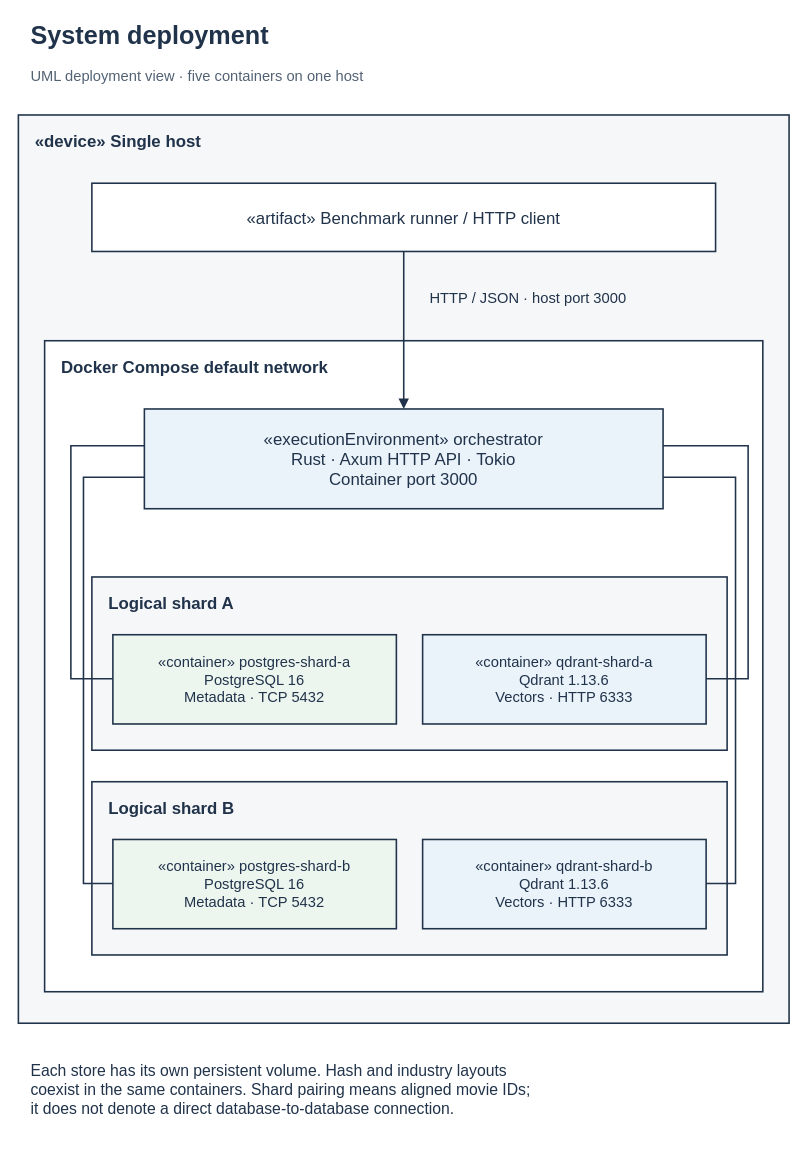
This is page "deployment" (6 of 12) of report/final/diagrams/diagrams.drawio from devangcx/distributed-retrieval, a draw.io file, before an edit. Source tidied: cells renumbered, new cells numbered last; positions are measured from the earlier drawing's top-left corner, leaving out a move shared by most shapes. Both pictures are drawn from the tidied source at 105%, with x=0, y=0 at pixel (18, 18).
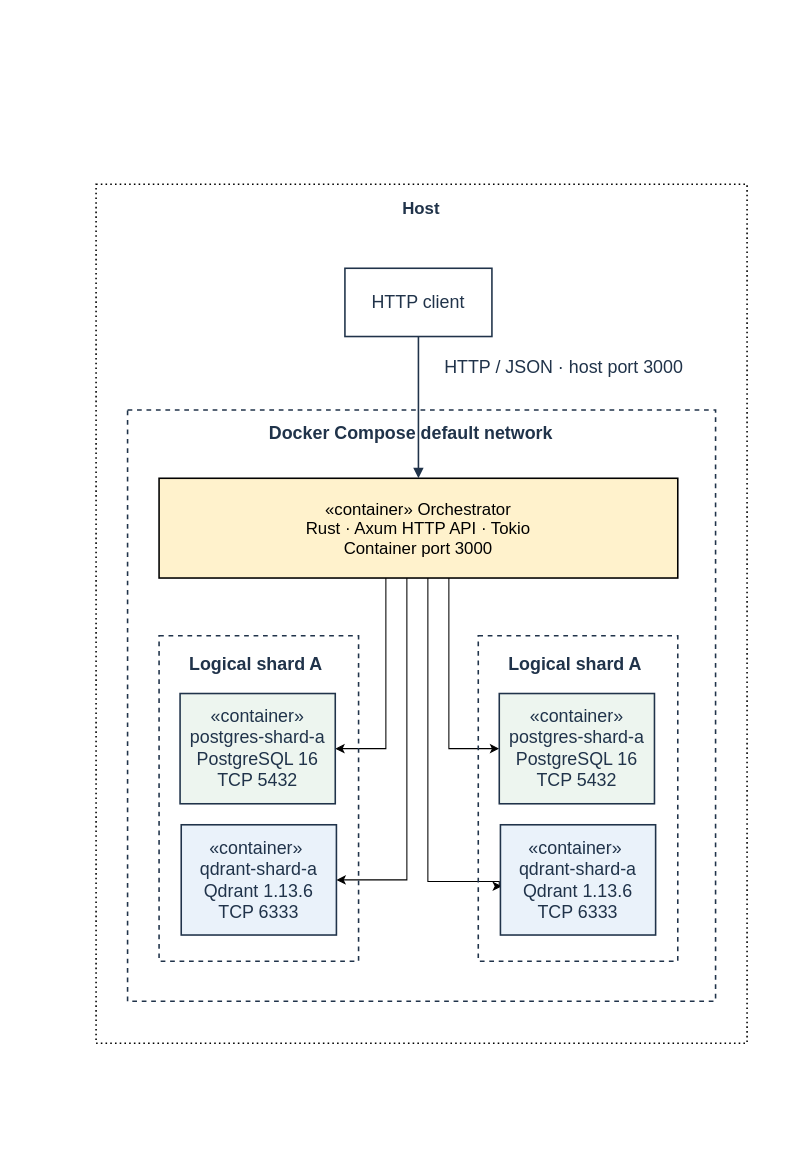
After the change.

What changed in the source:
```diff
@@
-    <mxCell id="2" value="System deployment" style="text;html=0;whiteSpace=wrap;align=left;verticalAlign=middle;fontFamily=Arial;fontSize=24;fontColor=#20334A;fontStyle=1;spacing=12;" parent="1" vertex="1">
-      <mxGeometry width="734" height="34" as="geometry" />
-    </mxCell>
-    <mxCell id="3" value="UML deployment view · five containers on one host" style="text;html=0;whiteSpace=wrap;align=left;verticalAlign=middle;fontFamily=Arial;fontSize=14;fontColor=#526274;fontStyle=0;spacing=12;" parent="1" vertex="1">
-      <mxGeometry y="39" width="734" height="32" as="geometry" />
-    </mxCell>
-    <mxCell id="4" style="rounded=0;html=0;whiteSpace=wrap;fillColor=#F6F7F9;strokeColor=#20334A;strokeWidth=1.5;fontFamily=Arial;fontSize=16;fontColor=#20334A;spacing=10;" parent="1" vertex="1">
-      <mxGeometry y="92" width="734" height="865" as="geometry" />
+    <mxCell id="4" style="rounded=0;html=0;whiteSpace=wrap;fillColor=none;strokeColor=light-dark(#000000, #6d5100);strokeWidth=1.5;fontFamily=Arial;fontSize=16;fontColor=#20334A;spacing=10;dashed=1;dashPattern=1 2;" parent="1" vertex="1">
+      <mxGeometry x="74" y="158" width="620" height="818" as="geometry" />
     </mxCell>
+    <mxCell id="7" style="rounded=0;html=0;whiteSpace=wrap;fillColor=none;strokeColor=#20334A;strokeWidth=1.5;fontFamily=Arial;fontSize=16;fontColor=#20334A;spacing=10;dashed=1;" parent="1" vertex="1">
+      <mxGeometry x="104" y="373" width="560" height="563" as="geometry" />
+    </mxCell>
-    <mxCell id="5" value="«device» Single host" style="text;html=0;whiteSpace=wrap;align=left;verticalAlign=middle;fontFamily=Arial;fontSize=16;fontColor=#20334A;fontStyle=1;spacing=12;" parent="1" vertex="1">
-      <mxGeometry x="4" y="94" width="726" height="45" as="geometry" />
+    <mxCell id="5" value="Host" style="text;html=0;whiteSpace=wrap;align=left;verticalAlign=middle;fontFamily=Arial;fontSize=16;fontColor=#20334A;fontStyle=1;spacing=12;" parent="1" vertex="1">
+      <mxGeometry x="354" y="158" width="70" height="45" as="geometry" />
     </mxCell>
-    <mxCell id="6" value="«artifact» Benchmark runner / HTTP client" style="rounded=0;html=0;whiteSpace=wrap;fillColor=#FFFFFF;strokeColor=#20334A;strokeWidth=1.5;fontFamily=Arial;fontSize=16;fontColor=#20334A;spacing=10;" parent="1" vertex="1">
-      <mxGeometry x="70" y="157" width="594" height="65" as="geometry" />
+    <mxCell id="6" value="HTTP client" style="rounded=0;html=0;whiteSpace=wrap;fillColor=#FFFFFF;strokeColor=#20334A;strokeWidth=1.5;fontFamily=Arial;fontSize=17;fontColor=#20334A;spacing=10;" parent="1" vertex="1">
+      <mxGeometry x="311" y="238" width="140" height="65" as="geometry" />
     </mxCell>
-    <mxCell id="7" style="rounded=0;html=0;whiteSpace=wrap;fillColor=#FFFFFF;strokeColor=#20334A;strokeWidth=1.5;fontFamily=Arial;fontSize=16;fontColor=#20334A;spacing=10;" parent="1" vertex="1">
-      <mxGeometry x="25" y="307" width="684" height="620" as="geometry" />
-    </mxCell>
-    <mxCell id="8" value="Docker Compose default network" style="text;html=0;whiteSpace=wrap;align=left;verticalAlign=middle;fontFamily=Arial;fontSize=16;fontColor=#20334A;fontStyle=1;spacing=12;" parent="1" vertex="1">
-      <mxGeometry x="29" y="309" width="676" height="45" as="geometry" />
+    <mxCell id="8" value="Docker Compose default network" style="text;html=0;whiteSpace=wrap;align=left;verticalAlign=middle;fontFamily=Arial;fontSize=17;fontColor=#20334A;fontStyle=1;spacing=12;" parent="1" vertex="1">
+      <mxGeometry x="226.9" y="373" width="294" height="45" as="geometry" />
     </mxCell>
+    <mxCell id="16" style="edgeStyle=orthogonalEdgeStyle;rounded=0;jettySize=auto;html=1;entryX=1;entryY=0.5;entryDx=0;entryDy=0;" parent="1" edge="1" source="9" target="14">
+      <mxGeometry relative="1" as="geometry">
+        <Array as="points">
+          <mxPoint x="350" y="695.5" />
+        </Array>
+      </mxGeometry>
+    </mxCell>
+    <mxCell id="17" style="edgeStyle=orthogonalEdgeStyle;rounded=0;jettySize=auto;html=1;entryX=1;entryY=0.5;entryDx=0;entryDy=0;" parent="1" edge="1" source="9" target="15">
+      <mxGeometry relative="1" as="geometry">
+        <Array as="points">
+          <mxPoint x="370" y="820.5" />
+        </Array>
+      </mxGeometry>
+    </mxCell>
+    <mxCell id="25" style="edgeStyle=orthogonalEdgeStyle;rounded=0;jettySize=auto;html=1;entryX=0.01;entryY=0.557;entryDx=0;entryDy=0;entryPerimeter=0;" parent="1" edge="1" source="9" target="30">
+      <mxGeometry relative="1" as="geometry">
+        <Array as="points">
+          <mxPoint x="390" y="822.1" />
+          <mxPoint x="458" y="822.1" />
+          <mxPoint x="458" y="826.5" />
+        </Array>
+      </mxGeometry>
+    </mxCell>
+    <mxCell id="26" style="edgeStyle=orthogonalEdgeStyle;rounded=0;jettySize=auto;html=1;entryX=0;entryY=0.5;entryDx=0;entryDy=0;" parent="1" edge="1" source="9" target="29">
+      <mxGeometry relative="1" as="geometry">
+        <Array as="points">
+          <mxPoint x="410" y="695.5" />
+        </Array>
+      </mxGeometry>
+    </mxCell>
-    <mxCell id="9" value="«executionEnvironment» orchestrator&#10;Rust · Axum HTTP API · Tokio&#10;Container port 3000" style="rounded=0;html=0;whiteSpace=wrap;fillColor=#EAF2FA;strokeColor=#20334A;strokeWidth=1.5;fontFamily=Arial;fontSize=16;fontColor=#20334A;spacing=10;" parent="1" vertex="1">
-      <mxGeometry x="120" y="372" width="494" height="95" as="geometry" />
+    <mxCell id="9" value="«container» Orchestrator&#10;Rust · Axum HTTP API · Tokio&#10;Container port 3000" style="rounded=0;html=0;whiteSpace=wrap;fillColor=#fff2cc;strokeColor=light-dark(#000000, #6d5100);strokeWidth=1.5;fontFamily=Arial;fontSize=16;spacing=10;" parent="1" vertex="1">
+      <mxGeometry x="134" y="438" width="494" height="95" as="geometry" />
     </mxCell>
@@
-    <mxCell id="11" value="HTTP / JSON · host port 3000" style="text;html=0;whiteSpace=wrap;align=left;verticalAlign=middle;fontFamily=Arial;fontSize=14;fontColor=#20334A;fontStyle=0;spacing=12;" parent="1" vertex="1">
-      <mxGeometry x="380" y="242" width="310" height="50" as="geometry" />
+    <mxCell id="11" value="HTTP / JSON · host port 3000" style="text;html=0;whiteSpace=wrap;align=left;verticalAlign=middle;fontFamily=Arial;fontSize=17;fontColor=#20334A;fontStyle=0;spacing=12;" parent="1" vertex="1">
+      <mxGeometry x="394" y="308" width="250" height="50" as="geometry" />
     </mxCell>
-    <mxCell id="12" style="rounded=0;html=0;whiteSpace=wrap;fillColor=#F6F7F9;strokeColor=#20334A;strokeWidth=1.5;fontFamily=Arial;fontSize=16;fontColor=#20334A;spacing=10;" parent="1" vertex="1">
-      <mxGeometry x="70" y="532" width="605" height="165" as="geometry" />
+    <mxCell id="12" style="rounded=0;html=0;whiteSpace=wrap;fillColor=none;strokeColor=#20334A;strokeWidth=1.5;fontFamily=Arial;fontSize=16;fontColor=#20334A;spacing=10;dashed=1;" parent="1" vertex="1">
+      <mxGeometry x="134" y="588" width="190" height="310" as="geometry" />
     </mxCell>
-    <mxCell id="13" value="Logical shard A" style="text;html=0;whiteSpace=wrap;align=left;verticalAlign=middle;fontFamily=Arial;fontSize=16;fontColor=#20334A;fontStyle=1;spacing=12;" parent="1" vertex="1">
-      <mxGeometry x="74" y="534" width="597" height="45" as="geometry" />
+    <mxCell id="13" value="Logical shard A" style="text;html=0;whiteSpace=wrap;align=left;verticalAlign=middle;fontFamily=Arial;fontSize=17;fontColor=#20334A;fontStyle=1;spacing=12;" parent="1" vertex="1">
+      <mxGeometry x="150.9" y="598" width="156.1" height="35" as="geometry" />
     </mxCell>
-    <mxCell id="14" value="«container» postgres-shard-a&#10;PostgreSQL 16&#10;Metadata · TCP 5432" style="rounded=0;html=0;whiteSpace=wrap;fillColor=#EDF5EF;strokeColor=#20334A;strokeWidth=1.5;fontFamily=Arial;fontSize=14;fontColor=#20334A;spacing=10;" parent="1" vertex="1">
-      <mxGeometry x="90" y="587" width="270" height="85" as="geometry" />
+    <mxCell id="14" value="«container» postgres-shard-a&#10;PostgreSQL 16&#10;TCP 5432" style="rounded=0;html=0;whiteSpace=wrap;fillColor=#EDF5EF;strokeColor=#20334A;strokeWidth=1.5;fontFamily=Arial;fontSize=17;fontColor=#20334A;spacing=10;" parent="1" vertex="1">
+      <mxGeometry x="154" y="643" width="147.8" height="105" as="geometry" />
     </mxCell>
-    <mxCell id="15" value="«container» qdrant-shard-a&#10;Qdrant 1.13.6&#10;Vectors · HTTP 6333" style="rounded=0;html=0;whiteSpace=wrap;fillColor=#EAF2FA;strokeColor=#20334A;strokeWidth=1.5;fontFamily=Arial;fontSize=14;fontColor=#20334A;spacing=10;" parent="1" vertex="1">
-      <mxGeometry x="385" y="587" width="270" height="85" as="geometry" />
+    <mxCell id="15" value="«container» &#10;qdrant-shard-a&#10;Qdrant 1.13.6&#10;TCP 6333" style="rounded=0;html=0;whiteSpace=wrap;fillColor=#EAF2FA;strokeColor=#20334A;strokeWidth=1.5;fontFamily=Arial;fontSize=17;fontColor=#20334A;spacing=10;" parent="1" vertex="1">
+      <mxGeometry x="155.1" y="768" width="147.8" height="105" as="geometry" />
     </mxCell>
-    <mxCell id="16" style="html=0;rounded=0;strokeColor=#20334A;strokeWidth=1.5;endArrow=none;endFill=1;exitX=0;exitY=0.3684210526315789;exitDx=0;exitDy=0;entryX=0;entryY=0.49411764705882355;entryDx=0;entryDy=0;" parent="1" edge="1" source="9" target="14">
-      <mxGeometry relative="1" as="geometry">
-        <Array as="points">
-          <mxPoint x="50" y="407" />
-          <mxPoint x="50" y="629" />
-        </Array>
-      </mxGeometry>
-    </mxCell>
-    <mxCell id="17" style="html=0;rounded=0;strokeColor=#20334A;strokeWidth=1.5;endArrow=none;endFill=1;exitX=1;exitY=0.3684210526315789;exitDx=0;exitDy=0;entryX=1;entryY=0.49411764705882355;entryDx=0;entryDy=0;" parent="1" edge="1" source="9" target="15">
-      <mxGeometry relative="1" as="geometry">
-        <Array as="points">
-          <mxPoint x="695" y="407" />
-          <mxPoint x="695" y="629" />
-        </Array>
-      </mxGeometry>
-    </mxCell>
-    <mxCell id="18" style="rounded=0;html=0;whiteSpace=wrap;fillColor=#F6F7F9;strokeColor=#20334A;strokeWidth=1.5;fontFamily=Arial;fontSize=16;fontColor=#20334A;spacing=10;" parent="1" vertex="1">
-      <mxGeometry x="70" y="727" width="605" height="165" as="geometry" />
-    </mxCell>
-    <mxCell id="19" value="Logical shard B" style="text;html=0;whiteSpace=wrap;align=left;verticalAlign=middle;fontFamily=Arial;fontSize=16;fontColor=#20334A;fontStyle=1;spacing=12;" parent="1" vertex="1">
-      <mxGeometry x="74" y="729" width="597" height="45" as="geometry" />
-    </mxCell>
-    <mxCell id="20" value="«container» postgres-shard-b&#10;PostgreSQL 16&#10;Metadata · TCP 5432" style="rounded=0;html=0;whiteSpace=wrap;fillColor=#EDF5EF;strokeColor=#20334A;strokeWidth=1.5;fontFamily=Arial;fontSize=14;fontColor=#20334A;spacing=10;" parent="1" vertex="1">
-      <mxGeometry x="90" y="782" width="270" height="85" as="geometry" />
-    </mxCell>
-    <mxCell id="21" value="«container» qdrant-shard-b&#10;Qdrant 1.13.6&#10;Vectors · HTTP 6333" style="rounded=0;html=0;whiteSpace=wrap;fillColor=#EAF2FA;strokeColor=#20334A;strokeWidth=1.5;fontFamily=Arial;fontSize=14;fontColor=#20334A;spacing=10;" parent="1" vertex="1">
-      <mxGeometry x="385" y="782" width="270" height="85" as="geometry" />
-    </mxCell>
-    <mxCell id="22" style="html=0;rounded=0;strokeColor=#20334A;strokeWidth=1.5;endArrow=none;endFill=1;exitX=0;exitY=0.6842105263157895;exitDx=0;exitDy=0;entryX=0;entryY=0.49411764705882355;entryDx=0;entryDy=0;" parent="1" edge="1" source="9" target="20">
-      <mxGeometry relative="1" as="geometry">
-        <Array as="points">
-          <mxPoint x="62" y="437" />
-          <mxPoint x="62" y="824" />
-        </Array>
-      </mxGeometry>
-    </mxCell>
-    <mxCell id="23" style="html=0;rounded=0;strokeColor=#20334A;strokeWidth=1.5;endArrow=none;endFill=1;exitX=1;exitY=0.6842105263157895;exitDx=0;exitDy=0;entryX=1;entryY=0.49411764705882355;entryDx=0;entryDy=0;" parent="1" edge="1" source="9" target="21">
-      <mxGeometry relative="1" as="geometry">
-        <Array as="points">
-          <mxPoint x="683" y="437" />
-          <mxPoint x="683" y="824" />
-        </Array>
-      </mxGeometry>
-    </mxCell>
-    <mxCell id="24" value="Each store has its own persistent volume. Hash and industry layouts&#10;coexist in the same containers. Shard pairing means aligned movie IDs;&#10;it does not denote a direct database-to-database connection." style="text;html=0;whiteSpace=wrap;align=left;verticalAlign=middle;fontFamily=Arial;fontSize=15;fontColor=#20334A;fontStyle=0;spacing=12;" parent="1" vertex="1">
-      <mxGeometry y="977" width="734" height="85" as="geometry" />
-    </mxCell>
+    <mxCell id="27" style="rounded=0;html=0;whiteSpace=wrap;fillColor=none;strokeColor=#20334A;strokeWidth=1.5;fontFamily=Arial;fontSize=16;fontColor=#20334A;spacing=10;dashed=1;" parent="1" vertex="1">
+      <mxGeometry x="438" y="588" width="190" height="310" as="geometry" />
+    </mxCell>
+    <mxCell id="28" value="Logical shard A" style="text;html=0;whiteSpace=wrap;align=left;verticalAlign=middle;fontFamily=Arial;fontSize=17;fontColor=#20334A;fontStyle=1;spacing=12;" parent="1" vertex="1">
+      <mxGeometry x="454.9" y="598" width="156.1" height="35" as="geometry" />
+    </mxCell>
+    <mxCell id="29" value="«container» postgres-shard-a&#10;PostgreSQL 16&#10;TCP 5432" style="rounded=0;html=0;whiteSpace=wrap;fillColor=#EDF5EF;strokeColor=#20334A;strokeWidth=1.5;fontFamily=Arial;fontSize=17;fontColor=#20334A;spacing=10;" parent="1" vertex="1">
+      <mxGeometry x="458" y="643" width="147.8" height="105" as="geometry" />
+    </mxCell>
+    <mxCell id="30" value="«container» &#10;qdrant-shard-a&#10;Qdrant 1.13.6&#10;TCP 6333" style="rounded=0;html=0;whiteSpace=wrap;fillColor=#EAF2FA;strokeColor=#20334A;strokeWidth=1.5;fontFamily=Arial;fontSize=17;fontColor=#20334A;spacing=10;" parent="1" vertex="1">
+      <mxGeometry x="459.1" y="768" width="147.8" height="105" as="geometry" />
+    </mxCell>
```
